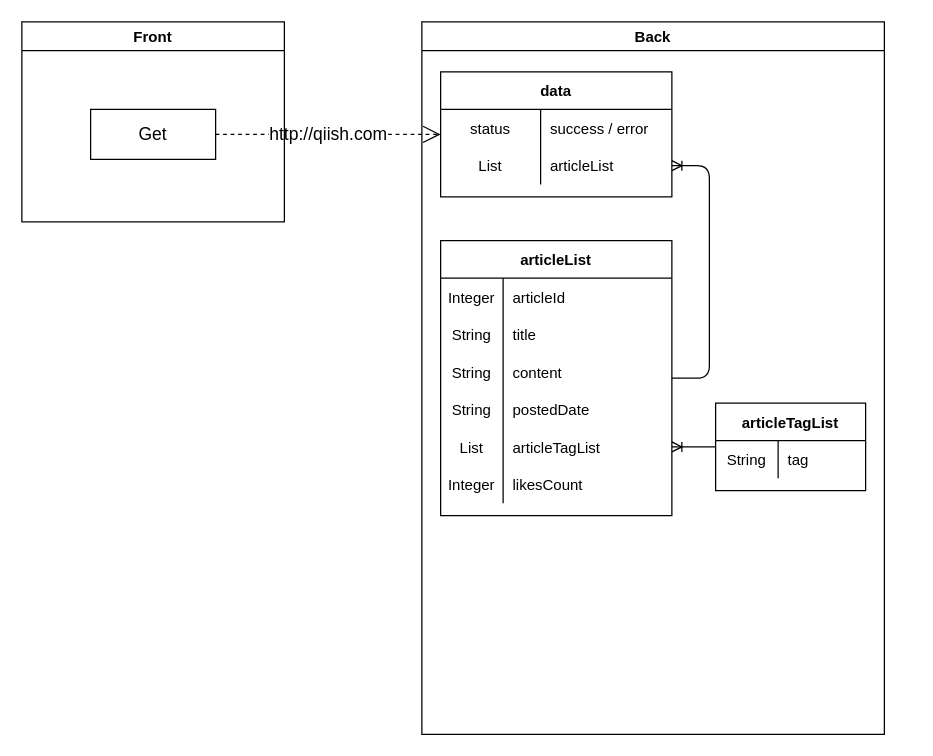
Earlier version of the draw.io diagram page "[トップページ]記事一覧" (2 of 14) of Designs/基本設計.drawio (yusuke-rakus/Qiish). Source tidied: cells renumbered, new cells numbered last; positions are measured from the earlier drawing's top-left corner, leaving out a move shared by most shapes. Both pictures are drawn from the tidied source at 125%, with x=0, y=0 at pixel (21, 21).
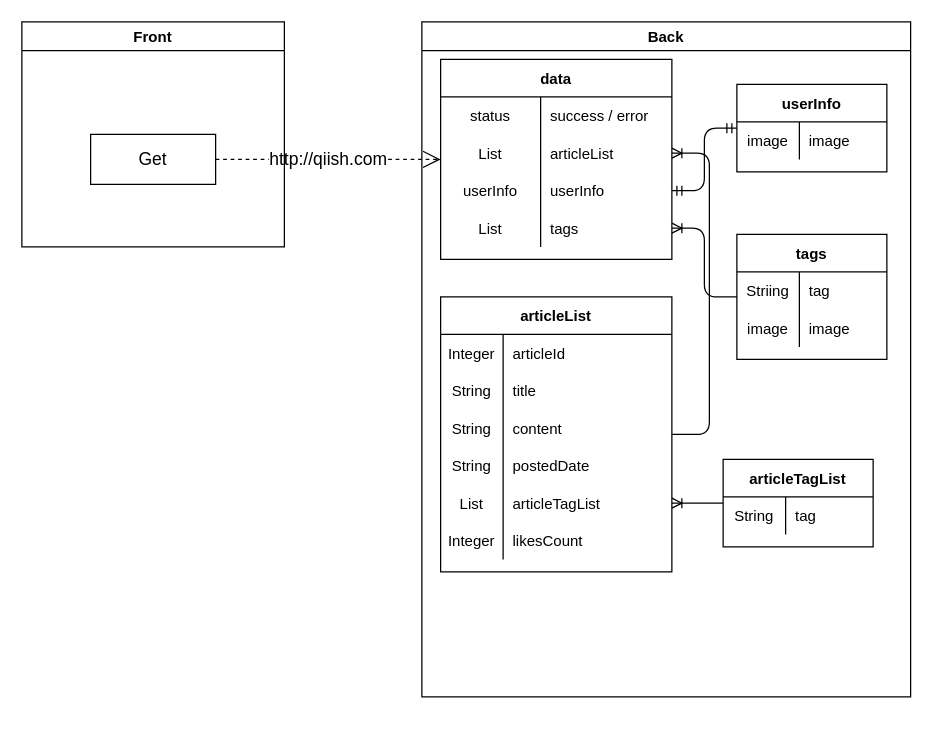
After the change.

What changed in the source:
```diff
@@
     <mxCell id="2" value="Back" style="swimlane;" parent="1" vertex="1">
-      <mxGeometry x="320" width="370" height="570" as="geometry" />
+      <mxGeometry x="320" width="391" height="540" as="geometry" />
     </mxCell>
     <mxCell id="3" value="data" style="shape=table;startSize=30;childLayout=tableLayout;rowLines=0;fontStyle=1;align=center;" parent="2" vertex="1">
-      <mxGeometry x="15" y="40" width="185" height="100" as="geometry" />
+      <mxGeometry x="15" y="30" width="185" height="160" as="geometry" />
     </mxCell>
@@
+    <mxCell id="38" style="shape=partialRectangle;fillColor=none;top=0;left=0;bottom=0;right=0;points=[[0,0.5],[1,0.5]];portConstraint=eastwest;" parent="3" vertex="1">
+      <mxGeometry y="90" width="185" height="30" as="geometry" />
+    </mxCell>
+    <mxCell id="39" value="userInfo" style="shape=partialRectangle;fillColor=none;top=0;left=0;bottom=0;right=0;fontStyle=0;overflow=hidden;" parent="38" vertex="1">
+      <mxGeometry width="80" height="30" as="geometry" />
+    </mxCell>
+    <mxCell id="40" value="userInfo" style="shape=partialRectangle;fillColor=none;top=0;left=0;bottom=0;right=0;align=left;spacingLeft=6;fontStyle=0;overflow=hidden;" parent="38" vertex="1">
+      <mxGeometry x="80" width="105" height="30" as="geometry" />
+    </mxCell>
+    <mxCell id="41" style="shape=partialRectangle;fillColor=none;top=0;left=0;bottom=0;right=0;points=[[0,0.5],[1,0.5]];portConstraint=eastwest;" parent="3" vertex="1">
+      <mxGeometry y="120" width="185" height="30" as="geometry" />
+    </mxCell>
+    <mxCell id="42" value="List" style="shape=partialRectangle;fillColor=none;top=0;left=0;bottom=0;right=0;fontStyle=0;overflow=hidden;" parent="41" vertex="1">
+      <mxGeometry width="80" height="30" as="geometry" />
+    </mxCell>
+    <mxCell id="43" value="tags" style="shape=partialRectangle;fillColor=none;top=0;left=0;bottom=0;right=0;align=left;spacingLeft=6;fontStyle=0;overflow=hidden;" parent="41" vertex="1">
+      <mxGeometry x="80" width="105" height="30" as="geometry" />
+    </mxCell>
     <mxCell id="10" value="articleList" style="shape=table;startSize=30;childLayout=tableLayout;rowLines=0;fontStyle=1;align=center;" parent="2" vertex="1">
-      <mxGeometry x="15" y="175" width="185" height="220" as="geometry" />
+      <mxGeometry x="15" y="220" width="185" height="220" as="geometry" />
     </mxCell>
@@
     <mxCell id="29" value="articleTagList" style="shape=table;startSize=30;childLayout=tableLayout;rowLines=0;fontStyle=1;align=center;" parent="2" vertex="1">
-      <mxGeometry x="235" y="305" width="120" height="70" as="geometry" />
+      <mxGeometry x="241" y="350" width="120" height="70" as="geometry" />
     </mxCell>
@@
+    <mxCell id="44" value="userInfo" style="shape=table;startSize=30;childLayout=tableLayout;rowLines=0;fontStyle=1;align=center;" parent="2" vertex="1">
+      <mxGeometry x="252" y="50" width="120" height="70" as="geometry" />
+    </mxCell>
+    <mxCell id="45" style="shape=partialRectangle;fillColor=none;top=0;left=0;bottom=0;right=0;" parent="44" vertex="1">
+      <mxGeometry y="30" width="120" height="30" as="geometry" />
+    </mxCell>
+    <mxCell id="46" value="image" style="shape=partialRectangle;fillColor=none;top=0;left=0;bottom=0;right=0;overflow=hidden;" parent="45" vertex="1">
+      <mxGeometry width="50" height="30" as="geometry" />
+    </mxCell>
+    <mxCell id="47" value="image" style="shape=partialRectangle;fillColor=none;top=0;left=0;bottom=0;right=0;align=left;spacingLeft=6;overflow=hidden;" parent="45" vertex="1">
+      <mxGeometry x="50" width="70" height="30" as="geometry" />
+    </mxCell>
+    <mxCell id="48" style="fontSize=12;html=1;endArrow=ERmandOne;startArrow=ERmandOne;edgeStyle=orthogonalEdgeStyle;" parent="2" edge="1" source="44" target="38">
+      <mxGeometry relative="1" as="geometry" />
+    </mxCell>
+    <mxCell id="49" value="tags" style="shape=table;startSize=30;childLayout=tableLayout;rowLines=0;fontStyle=1;align=center;" parent="2" vertex="1">
+      <mxGeometry x="252" y="170" width="120" height="100" as="geometry" />
+    </mxCell>
+    <mxCell id="50" style="shape=partialRectangle;fillColor=none;top=0;left=0;bottom=0;right=0;" parent="49" vertex="1">
+      <mxGeometry y="30" width="120" height="30" as="geometry" />
+    </mxCell>
+    <mxCell id="51" value="Striing" style="shape=partialRectangle;fillColor=none;top=0;left=0;bottom=0;right=0;overflow=hidden;" parent="50" vertex="1">
+      <mxGeometry width="50" height="30" as="geometry" />
+    </mxCell>
+    <mxCell id="52" value="tag" style="shape=partialRectangle;fillColor=none;top=0;left=0;bottom=0;right=0;align=left;spacingLeft=6;overflow=hidden;" parent="50" vertex="1">
+      <mxGeometry x="50" width="70" height="30" as="geometry" />
+    </mxCell>
+    <mxCell id="53" style="shape=partialRectangle;fillColor=none;top=0;left=0;bottom=0;right=0;" parent="49" vertex="1">
+      <mxGeometry y="60" width="120" height="30" as="geometry" />
+    </mxCell>
+    <mxCell id="54" value="image" style="shape=partialRectangle;fillColor=none;top=0;left=0;bottom=0;right=0;overflow=hidden;" parent="53" vertex="1">
+      <mxGeometry width="50" height="30" as="geometry" />
+    </mxCell>
+    <mxCell id="55" value="image" style="shape=partialRectangle;fillColor=none;top=0;left=0;bottom=0;right=0;align=left;spacingLeft=6;overflow=hidden;" parent="53" vertex="1">
+      <mxGeometry x="50" width="70" height="30" as="geometry" />
+    </mxCell>
+    <mxCell id="56" style="edgeStyle=orthogonalEdgeStyle;fontSize=12;html=1;endArrow=ERoneToMany;" parent="2" edge="1" source="49" target="41">
+      <mxGeometry relative="1" as="geometry" />
+    </mxCell>
@@
     <mxCell id="36" value="Front" style="swimlane;" parent="1" vertex="1">
-      <mxGeometry width="210" height="160" as="geometry" />
+      <mxGeometry width="210" height="180" as="geometry" />
     </mxCell>
     <mxCell id="37" value="Get" style="whiteSpace=wrap;html=1;align=center;fontSize=14;" parent="36" vertex="1">
-      <mxGeometry x="55" y="70" width="100" height="40" as="geometry" />
+      <mxGeometry x="55" y="90" width="100" height="40" as="geometry" />
     </mxCell>
```
